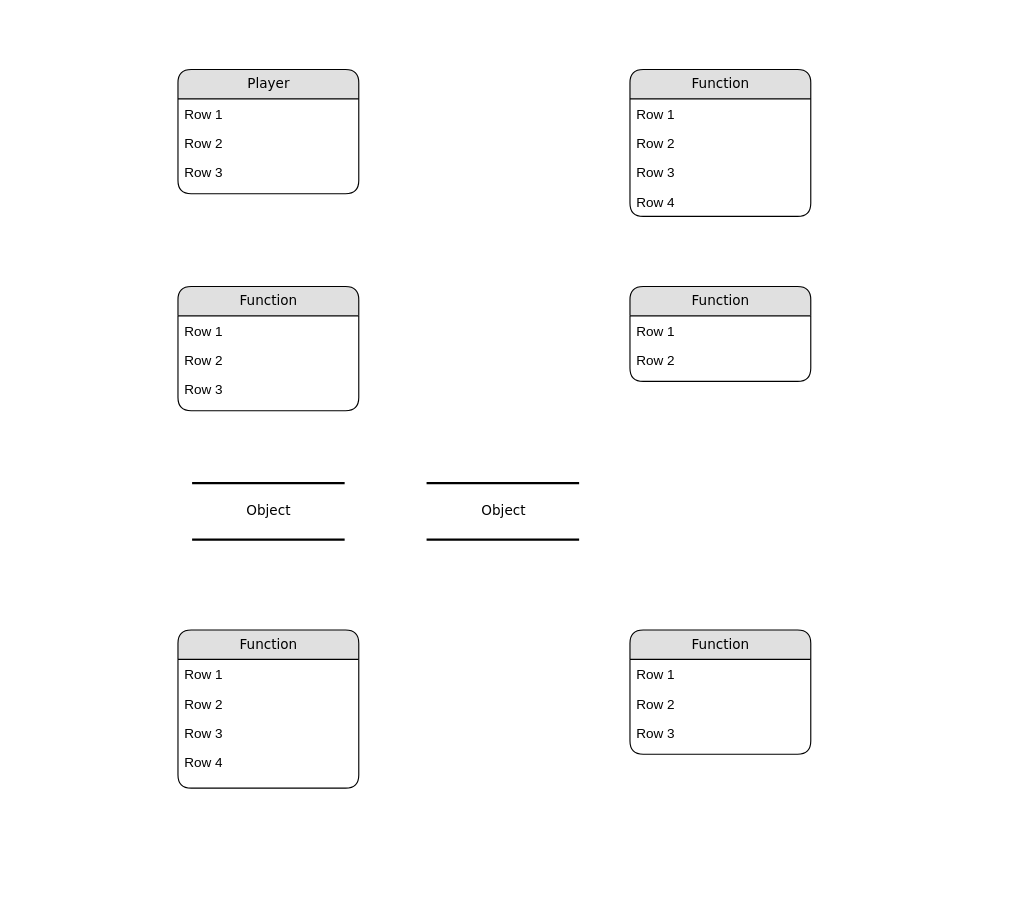
This is Untitled Diagram.drawio from FailedSuccessfully/Hw_1, a draw.io file, before an edit. Source tidied: cells renumbered, new cells numbered last; positions are measured from the earlier drawing's top-left corner, leaving out a move shared by most shapes. Both pictures are drawn from the tidied source at 113%, with x=0, y=0 at pixel (177, 69).
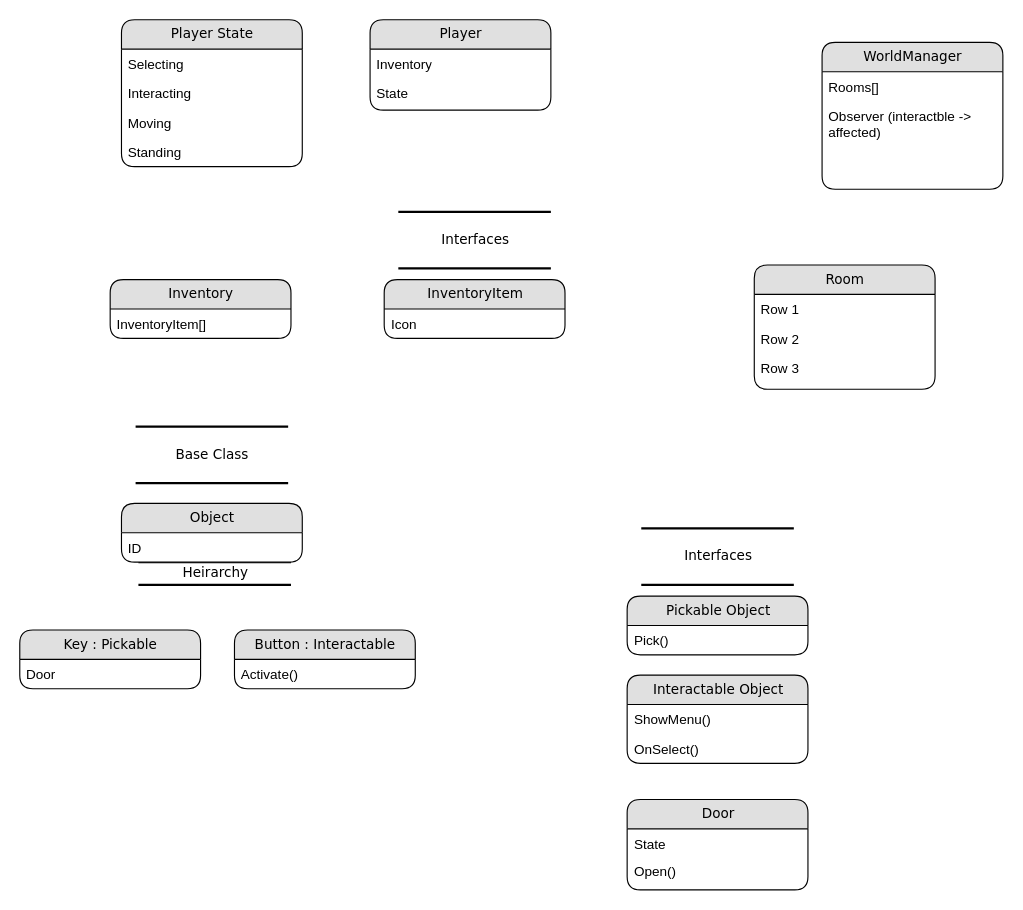
The same diagram, later.

Change to the diagram source:
```diff
@@
-    <mxCell id="2" value="Object" style="html=1;rounded=0;shadow=0;comic=0;labelBackgroundColor=none;strokeWidth=2;fontFamily=Verdana;fontSize=12;align=center;shape=mxgraph.ios7ui.horLines;" parent="1" vertex="1">
-      <mxGeometry x="12.5" y="366" width="135" height="50" as="geometry" />
-    </mxCell>
     <mxCell id="3" value="Player" style="swimlane;html=1;fontStyle=0;horizontal=1;startSize=26;fillColor=#e0e0e0;swimlaneFillColor=#ffffff;align=center;rounded=1;shadow=0;comic=0;labelBackgroundColor=none;strokeWidth=1;fontFamily=Verdana;fontSize=12;" parent="1" vertex="1">
-      <mxGeometry width="160" height="110" as="geometry" />
+      <mxGeometry x="170" y="-44" width="160" height="80" as="geometry" />
     </mxCell>
-    <mxCell id="4" value="Row 1" style="text;html=1;strokeColor=none;fillColor=none;spacingLeft=4;spacingRight=4;whiteSpace=wrap;overflow=hidden;" parent="3" vertex="1">
+    <mxCell id="4" value="Inventory" style="text;html=1;strokeColor=none;fillColor=none;spacingLeft=4;spacingRight=4;whiteSpace=wrap;overflow=hidden;" parent="3" vertex="1">
       <mxGeometry y="26" width="160" height="26" as="geometry" />
     </mxCell>
-    <mxCell id="5" value="Row 2" style="text;html=1;strokeColor=none;fillColor=none;spacingLeft=4;spacingRight=4;whiteSpace=wrap;overflow=hidden;" parent="3" vertex="1">
+    <mxCell id="5" value="State" style="text;html=1;strokeColor=none;fillColor=none;spacingLeft=4;spacingRight=4;whiteSpace=wrap;overflow=hidden;" parent="3" vertex="1">
       <mxGeometry y="52" width="160" height="26" as="geometry" />
     </mxCell>
-    <mxCell id="6" value="Row 3" style="text;html=1;strokeColor=none;fillColor=none;spacingLeft=4;spacingRight=4;whiteSpace=wrap;overflow=hidden;" parent="3" vertex="1">
-      <mxGeometry y="78" width="160" height="26" as="geometry" />
-    </mxCell>
-    <mxCell id="7" value="Function" style="swimlane;html=1;fontStyle=0;horizontal=1;startSize=26;fillColor=#e0e0e0;swimlaneFillColor=#ffffff;align=center;rounded=1;shadow=0;comic=0;labelBackgroundColor=none;strokeWidth=1;fontFamily=Verdana;fontSize=12;" parent="1" vertex="1">
-      <mxGeometry x="400" width="160" height="130" as="geometry" />
+    <mxCell id="7" value="Player State" style="swimlane;html=1;fontStyle=0;horizontal=1;startSize=26;fillColor=#e0e0e0;swimlaneFillColor=#ffffff;align=center;rounded=1;shadow=0;comic=0;labelBackgroundColor=none;strokeWidth=1;fontFamily=Verdana;fontSize=12;" parent="1" vertex="1">
+      <mxGeometry x="-50" y="-44" width="160" height="130" as="geometry" />
     </mxCell>
-    <mxCell id="8" value="Row 1" style="text;html=1;strokeColor=none;fillColor=none;spacingLeft=4;spacingRight=4;whiteSpace=wrap;overflow=hidden;" parent="7" vertex="1">
+    <mxCell id="8" value="Selecting" style="text;html=1;strokeColor=none;fillColor=none;spacingLeft=4;spacingRight=4;whiteSpace=wrap;overflow=hidden;" parent="7" vertex="1">
       <mxGeometry y="26" width="160" height="26" as="geometry" />
     </mxCell>
-    <mxCell id="9" value="Row 2" style="text;html=1;strokeColor=none;fillColor=none;spacingLeft=4;spacingRight=4;whiteSpace=wrap;overflow=hidden;" parent="7" vertex="1">
+    <mxCell id="9" value="Interacting" style="text;html=1;strokeColor=none;fillColor=none;spacingLeft=4;spacingRight=4;whiteSpace=wrap;overflow=hidden;" parent="7" vertex="1">
       <mxGeometry y="52" width="160" height="26" as="geometry" />
     </mxCell>
-    <mxCell id="10" value="Row 3" style="text;html=1;strokeColor=none;fillColor=none;spacingLeft=4;spacingRight=4;whiteSpace=wrap;overflow=hidden;" parent="7" vertex="1">
+    <mxCell id="10" value="Moving" style="text;html=1;strokeColor=none;fillColor=none;spacingLeft=4;spacingRight=4;whiteSpace=wrap;overflow=hidden;" parent="7" vertex="1">
       <mxGeometry y="78" width="160" height="26" as="geometry" />
     </mxCell>
-    <mxCell id="11" value="Row 4" style="text;html=1;strokeColor=none;fillColor=none;spacingLeft=4;spacingRight=4;whiteSpace=wrap;overflow=hidden;" parent="7" vertex="1">
+    <mxCell id="11" value="Standing" style="text;html=1;strokeColor=none;fillColor=none;spacingLeft=4;spacingRight=4;whiteSpace=wrap;overflow=hidden;" parent="7" vertex="1">
       <mxGeometry y="104" width="160" height="26" as="geometry" />
     </mxCell>
-    <mxCell id="12" value="Function" style="swimlane;html=1;fontStyle=0;horizontal=1;startSize=26;fillColor=#e0e0e0;swimlaneFillColor=#ffffff;align=center;rounded=1;shadow=0;comic=0;labelBackgroundColor=none;strokeWidth=1;fontFamily=Verdana;fontSize=12;" parent="1" vertex="1">
-      <mxGeometry y="192" width="160" height="110" as="geometry" />
+    <mxCell id="12" value="WorldManager" style="swimlane;html=1;fontStyle=0;horizontal=1;startSize=26;fillColor=#e0e0e0;swimlaneFillColor=#ffffff;align=center;rounded=1;shadow=0;comic=0;labelBackgroundColor=none;strokeWidth=1;fontFamily=Verdana;fontSize=12;" parent="1" vertex="1">
+      <mxGeometry x="570" y="-24" width="160" height="130" as="geometry" />
     </mxCell>
-    <mxCell id="13" value="Row 1" style="text;html=1;strokeColor=none;fillColor=none;spacingLeft=4;spacingRight=4;whiteSpace=wrap;overflow=hidden;" parent="12" vertex="1">
+    <mxCell id="13" value="Rooms[]" style="text;html=1;strokeColor=none;fillColor=none;spacingLeft=4;spacingRight=4;whiteSpace=wrap;overflow=hidden;" parent="12" vertex="1">
       <mxGeometry y="26" width="160" height="26" as="geometry" />
     </mxCell>
-    <mxCell id="14" value="Row 2" style="text;html=1;strokeColor=none;fillColor=none;spacingLeft=4;spacingRight=4;whiteSpace=wrap;overflow=hidden;" parent="12" vertex="1">
-      <mxGeometry y="52" width="160" height="26" as="geometry" />
-    </mxCell>
-    <mxCell id="15" value="Row 3" style="text;html=1;strokeColor=none;fillColor=none;spacingLeft=4;spacingRight=4;whiteSpace=wrap;overflow=hidden;" parent="12" vertex="1">
-      <mxGeometry y="78" width="160" height="26" as="geometry" />
-    </mxCell>
-    <mxCell id="16" value="Function" style="swimlane;html=1;fontStyle=0;horizontal=1;startSize=26;fillColor=#e0e0e0;swimlaneFillColor=#ffffff;align=center;rounded=1;shadow=0;comic=0;labelBackgroundColor=none;strokeWidth=1;fontFamily=Verdana;fontSize=12;" parent="1" vertex="1">
-      <mxGeometry y="496" width="160" height="140" as="geometry" />
-    </mxCell>
-    <mxCell id="17" value="Row 1" style="text;html=1;strokeColor=none;fillColor=none;spacingLeft=4;spacingRight=4;whiteSpace=wrap;overflow=hidden;" parent="16" vertex="1">
-      <mxGeometry y="26" width="160" height="26" as="geometry" />
-    </mxCell>
-    <mxCell id="18" value="Row 2" style="text;html=1;strokeColor=none;fillColor=none;spacingLeft=4;spacingRight=4;whiteSpace=wrap;overflow=hidden;" parent="16" vertex="1">
-      <mxGeometry y="52" width="160" height="26" as="geometry" />
-    </mxCell>
-    <mxCell id="19" value="Row 3" style="text;html=1;strokeColor=none;fillColor=none;spacingLeft=4;spacingRight=4;whiteSpace=wrap;overflow=hidden;" parent="16" vertex="1">
-      <mxGeometry y="78" width="160" height="26" as="geometry" />
-    </mxCell>
-    <mxCell id="20" value="Row 4" style="text;html=1;strokeColor=none;fillColor=none;spacingLeft=4;spacingRight=4;whiteSpace=wrap;overflow=hidden;" parent="16" vertex="1">
-      <mxGeometry y="104" width="160" height="26" as="geometry" />
-    </mxCell>
+    <mxCell id="29" value="Observer (interactble -&amp;gt; affected)" style="text;html=1;strokeColor=none;fillColor=none;spacingLeft=4;spacingRight=4;whiteSpace=wrap;overflow=hidden;" parent="12" vertex="1">
+      <mxGeometry y="52" width="160" height="38" as="geometry" />
+    </mxCell>
-    <mxCell id="21" value="Function" style="swimlane;html=1;fontStyle=0;horizontal=1;startSize=26;fillColor=#e0e0e0;swimlaneFillColor=#ffffff;align=center;rounded=1;shadow=0;comic=0;labelBackgroundColor=none;strokeWidth=1;fontFamily=Verdana;fontSize=12;" parent="1" vertex="1">
-      <mxGeometry x="400" y="192" width="160" height="84" as="geometry" />
+    <mxCell id="21" value="Inventory" style="swimlane;html=1;fontStyle=0;horizontal=1;startSize=26;fillColor=#e0e0e0;swimlaneFillColor=#ffffff;align=center;rounded=1;shadow=0;comic=0;labelBackgroundColor=none;strokeWidth=1;fontFamily=Verdana;fontSize=12;" parent="1" vertex="1">
+      <mxGeometry x="-60" y="186" width="160" height="52" as="geometry" />
     </mxCell>
-    <mxCell id="22" value="Row 1" style="text;html=1;strokeColor=none;fillColor=none;spacingLeft=4;spacingRight=4;whiteSpace=wrap;overflow=hidden;" parent="21" vertex="1">
-      <mxGeometry y="26" width="160" height="26" as="geometry" />
-    </mxCell>
-    <mxCell id="23" value="Row 2" style="text;html=1;strokeColor=none;fillColor=none;spacingLeft=4;spacingRight=4;whiteSpace=wrap;overflow=hidden;" parent="21" vertex="1">
-      <mxGeometry y="52" width="160" height="26" as="geometry" />
+    <mxCell id="23" value="InventoryItem[]" style="text;html=1;strokeColor=none;fillColor=none;spacingLeft=4;spacingRight=4;whiteSpace=wrap;overflow=hidden;" parent="21" vertex="1">
+      <mxGeometry y="26" width="160" height="26" as="geometry" />
     </mxCell>
-    <mxCell id="24" value="Function" style="swimlane;html=1;fontStyle=0;horizontal=1;startSize=26;fillColor=#e0e0e0;swimlaneFillColor=#ffffff;align=center;rounded=1;shadow=0;comic=0;labelBackgroundColor=none;strokeWidth=1;fontFamily=Verdana;fontSize=12;" parent="1" vertex="1">
-      <mxGeometry x="400" y="496" width="160" height="110" as="geometry" />
+    <mxCell id="24" value="Room" style="swimlane;html=1;fontStyle=0;horizontal=1;startSize=26;fillColor=#e0e0e0;swimlaneFillColor=#ffffff;align=center;rounded=1;shadow=0;comic=0;labelBackgroundColor=none;strokeWidth=1;fontFamily=Verdana;fontSize=12;" parent="1" vertex="1">
+      <mxGeometry x="510" y="173" width="160" height="110" as="geometry" />
     </mxCell>
@@
-    <mxCell id="28" value="Object" style="html=1;rounded=0;shadow=0;comic=0;labelBackgroundColor=none;strokeWidth=2;fontFamily=Verdana;fontSize=12;align=center;shape=mxgraph.ios7ui.horLines;" parent="1" vertex="1">
-      <mxGeometry x="220" y="366" width="135" height="50" as="geometry" />
+    <mxCell id="28" value="&lt;div&gt;Interfaces&lt;/div&gt;" style="html=1;rounded=0;shadow=0;comic=0;labelBackgroundColor=none;strokeWidth=2;fontFamily=Verdana;fontSize=12;align=center;shape=mxgraph.ios7ui.horLines;" parent="1" vertex="1">
+      <mxGeometry x="410" y="406" width="135" height="50" as="geometry" />
     </mxCell>
+    <mxCell id="30" value="Key : Pickable" style="swimlane;html=1;fontStyle=0;horizontal=1;startSize=26;fillColor=#e0e0e0;swimlaneFillColor=#ffffff;align=center;rounded=1;shadow=0;comic=0;labelBackgroundColor=none;strokeWidth=1;fontFamily=Verdana;fontSize=12;" parent="1" vertex="1">
+      <mxGeometry x="-140" y="496" width="160" height="52" as="geometry" />
+    </mxCell>
+    <mxCell id="31" value="Door" style="text;html=1;strokeColor=none;fillColor=none;spacingLeft=4;spacingRight=4;whiteSpace=wrap;overflow=hidden;" parent="30" vertex="1">
+      <mxGeometry y="26" width="160" height="26" as="geometry" />
+    </mxCell>
+    <mxCell id="32" value="Pickable Object" style="swimlane;html=1;fontStyle=0;horizontal=1;startSize=26;fillColor=#e0e0e0;swimlaneFillColor=#ffffff;align=center;rounded=1;shadow=0;comic=0;labelBackgroundColor=none;strokeWidth=1;fontFamily=Verdana;fontSize=12;" parent="1" vertex="1">
+      <mxGeometry x="397.5" y="466" width="160" height="52" as="geometry" />
+    </mxCell>
+    <mxCell id="33" value="Pick()" style="text;html=1;strokeColor=none;fillColor=none;spacingLeft=4;spacingRight=4;whiteSpace=wrap;overflow=hidden;" parent="32" vertex="1">
+      <mxGeometry y="26" width="160" height="26" as="geometry" />
+    </mxCell>
+    <mxCell id="34" value="Interactable Object" style="swimlane;html=1;fontStyle=0;horizontal=1;startSize=26;fillColor=#e0e0e0;swimlaneFillColor=#ffffff;align=center;rounded=1;shadow=0;comic=0;labelBackgroundColor=none;strokeWidth=1;fontFamily=Verdana;fontSize=12;" parent="1" vertex="1">
+      <mxGeometry x="397.5" y="536" width="160" height="78" as="geometry" />
+    </mxCell>
+    <mxCell id="35" value="ShowMenu()" style="text;html=1;strokeColor=none;fillColor=none;spacingLeft=4;spacingRight=4;whiteSpace=wrap;overflow=hidden;" parent="34" vertex="1">
+      <mxGeometry y="26" width="160" height="26" as="geometry" />
+    </mxCell>
+    <mxCell id="36" value="OnSelect()" style="text;html=1;strokeColor=none;fillColor=none;spacingLeft=4;spacingRight=4;whiteSpace=wrap;overflow=hidden;" parent="34" vertex="1">
+      <mxGeometry y="52" width="160" height="26" as="geometry" />
+    </mxCell>
+    <mxCell id="37" value="Door" style="swimlane;html=1;fontStyle=0;horizontal=1;startSize=26;fillColor=#e0e0e0;swimlaneFillColor=#ffffff;align=center;rounded=1;shadow=0;comic=0;labelBackgroundColor=none;strokeWidth=1;fontFamily=Verdana;fontSize=12;" parent="1" vertex="1">
+      <mxGeometry x="397.5" y="646" width="160" height="80" as="geometry" />
+    </mxCell>
+    <mxCell id="38" value="State" style="text;html=1;strokeColor=none;fillColor=none;spacingLeft=4;spacingRight=4;whiteSpace=wrap;overflow=hidden;" parent="37" vertex="1">
+      <mxGeometry y="26" width="160" height="24" as="geometry" />
+    </mxCell>
+    <mxCell id="39" value="Open()" style="text;html=1;strokeColor=none;fillColor=none;spacingLeft=4;spacingRight=4;whiteSpace=wrap;overflow=hidden;" parent="37" vertex="1">
+      <mxGeometry y="50" width="160" height="24" as="geometry" />
+    </mxCell>
+    <mxCell id="40" value="InventoryItem" style="swimlane;html=1;fontStyle=0;horizontal=1;startSize=26;fillColor=#e0e0e0;swimlaneFillColor=#ffffff;align=center;rounded=1;shadow=0;comic=0;labelBackgroundColor=none;strokeWidth=1;fontFamily=Verdana;fontSize=12;" parent="1" vertex="1">
+      <mxGeometry x="182.5" y="186" width="160" height="52" as="geometry" />
+    </mxCell>
+    <mxCell id="41" value="Icon" style="text;html=1;strokeColor=none;fillColor=none;spacingLeft=4;spacingRight=4;whiteSpace=wrap;overflow=hidden;" parent="40" vertex="1">
+      <mxGeometry y="26" width="160" height="26" as="geometry" />
+    </mxCell>
+    <mxCell id="42" value="&lt;div&gt;Interfaces&lt;/div&gt;" style="html=1;rounded=0;shadow=0;comic=0;labelBackgroundColor=none;strokeWidth=2;fontFamily=Verdana;fontSize=12;align=center;shape=mxgraph.ios7ui.horLines;" parent="1" vertex="1">
+      <mxGeometry x="195" y="126" width="135" height="50" as="geometry" />
+    </mxCell>
+    <mxCell id="43" value="Base Class" style="html=1;rounded=0;shadow=0;comic=0;labelBackgroundColor=none;strokeWidth=2;fontFamily=Verdana;fontSize=12;align=center;shape=mxgraph.ios7ui.horLines;" parent="1" vertex="1">
+      <mxGeometry x="-37.5" y="316" width="135" height="50" as="geometry" />
+    </mxCell>
+    <mxCell id="44" value="Heirarchy" style="html=1;rounded=0;shadow=0;comic=0;labelBackgroundColor=none;strokeWidth=2;fontFamily=Verdana;fontSize=12;align=center;shape=mxgraph.ios7ui.horLines;" parent="1" vertex="1">
+      <mxGeometry x="-35" y="436" width="135" height="20" as="geometry" />
+    </mxCell>
+    <mxCell id="2" value="Object" style="swimlane;html=1;fontStyle=0;horizontal=1;startSize=26;fillColor=#e0e0e0;swimlaneFillColor=#ffffff;align=center;rounded=1;shadow=0;comic=0;labelBackgroundColor=none;strokeWidth=1;fontFamily=Verdana;fontSize=12;" parent="1" vertex="1">
+      <mxGeometry x="-50" y="384" width="160" height="52" as="geometry" />
+    </mxCell>
+    <mxCell id="45" value="ID" style="text;html=1;strokeColor=none;fillColor=none;spacingLeft=4;spacingRight=4;whiteSpace=wrap;overflow=hidden;" parent="2" vertex="1">
+      <mxGeometry y="26" width="160" height="26" as="geometry" />
+    </mxCell>
+    <mxCell id="46" value="Button : Interactable" style="swimlane;html=1;fontStyle=0;horizontal=1;startSize=26;fillColor=#e0e0e0;swimlaneFillColor=#ffffff;align=center;rounded=1;shadow=0;comic=0;labelBackgroundColor=none;strokeWidth=1;fontFamily=Verdana;fontSize=12;" parent="1" vertex="1">
+      <mxGeometry x="50" y="496" width="160" height="52" as="geometry" />
+    </mxCell>
+    <mxCell id="47" value="Activate()" style="text;html=1;strokeColor=none;fillColor=none;spacingLeft=4;spacingRight=4;whiteSpace=wrap;overflow=hidden;" parent="46" vertex="1">
+      <mxGeometry y="26" width="160" height="26" as="geometry" />
+    </mxCell>
```
